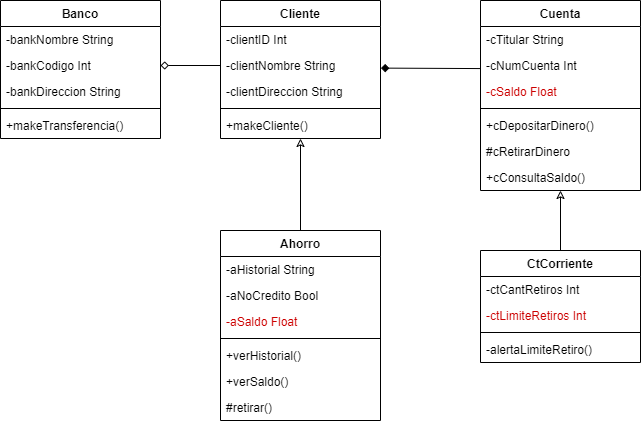
The draw.io diagram taller3.drawio.png in nlagos1/ejercicios_modelado, before a commit. Source tidied: cells renumbered, new cells last; positions are measured from the earlier drawing's top-left corner, leaving out a move shared by most shapes.
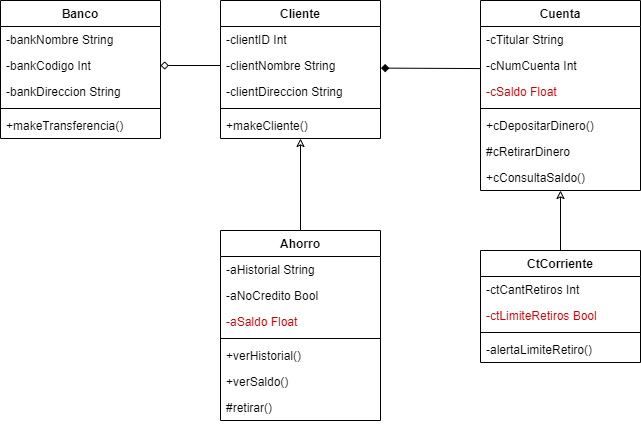
After the change.

Diff of the diagram source:
```diff
@@ -74,7 +74,7 @@
     <mxCell id="25" value="-ctCantRetiros Int" style="text;strokeColor=none;fillColor=none;align=left;verticalAlign=top;spacingLeft=4;spacingRight=4;overflow=hidden;" parent="24" vertex="1">
       <mxGeometry y="26" width="160" height="26" as="geometry" />
     </mxCell>
-    <mxCell id="26" value="-ctLimiteRetiros Int" style="text;strokeColor=none;fillColor=none;align=left;verticalAlign=top;spacingLeft=4;spacingRight=4;overflow=hidden;labelBackgroundColor=none;fontColor=#CC0000;" parent="24" vertex="1">
+    <mxCell id="26" value="-ctLimiteRetiros Bool" style="text;strokeColor=none;fillColor=none;align=left;verticalAlign=top;spacingLeft=4;spacingRight=4;overflow=hidden;labelBackgroundColor=none;fontColor=#CC0000;" parent="24" vertex="1">
       <mxGeometry y="52" width="160" height="26" as="geometry" />
     </mxCell>
     <mxCell id="27" style="line;strokeWidth=1;fillColor=none;align=left;verticalAlign=middle;spacingTop=-1;spacingLeft=3;spacingRight=3;labelPosition=right;strokeColor=inherit;" parent="24" vertex="1">
```
